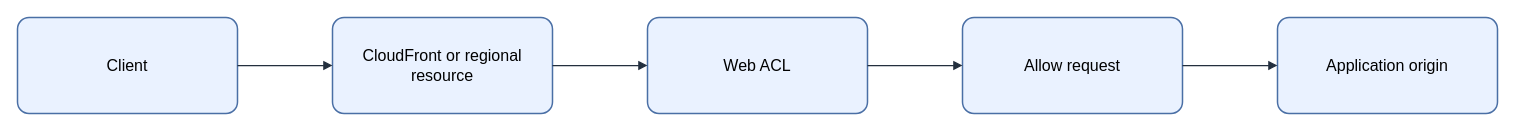
Above: assets/img/aws/aws-waf-request-flow.drawio in KKamJi98/kkamji98.github.io (draw.io), before the change. Source tidied: cells renumbered, new cells numbered last; positions are measured from the earlier drawing's top-left corner, leaving out a move shared by most shapes. Both pictures are drawn from the tidied source at 100%, with x=0, y=0 at pixel (17, 17).
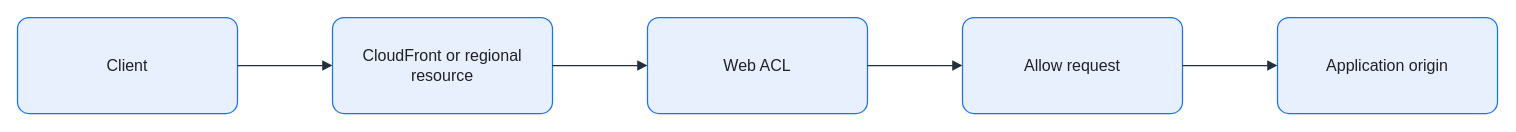
The same page after the edit.

The edit, as a diff of the source:
```diff
@@
 <mxGraphModel background="#FFFFFF">
   <root>
     <mxCell id="0" />
     <mxCell id="1" parent="0" />
-    <mxCell id="2" value="Client" style="rounded=1;arcSize=12;whiteSpace=wrap;html=0;fillColor=#EAF2FF;strokeColor=#4A6FA5;strokeWidth=1.5;fontColor=#000000;fontSize=16;align=center;verticalAlign=middle;spacing=8;shadow=0;" parent="1" vertex="1">
+    <mxCell id="2" value="Client" style="rounded=1;arcSize=12;whiteSpace=wrap;html=0;fillColor=#E8F0FE;strokeColor=#1A73E8;strokeWidth=1.25;fontColor=#202124;fontSize=16;align=center;verticalAlign=middle;spacing=8;shadow=0;" parent="1" vertex="1">
       <mxGeometry width="220" height="96" as="geometry" />
     </mxCell>
-    <mxCell id="3" value="CloudFront or regional resource" style="rounded=1;arcSize=12;whiteSpace=wrap;html=0;fillColor=#EAF2FF;strokeColor=#4A6FA5;strokeWidth=1.5;fontColor=#000000;fontSize=16;align=center;verticalAlign=middle;spacing=8;shadow=0;" parent="1" vertex="1">
+    <mxCell id="3" value="CloudFront or regional resource" style="rounded=1;arcSize=12;whiteSpace=wrap;html=0;fillColor=#E8F0FE;strokeColor=#1A73E8;strokeWidth=1.25;fontColor=#202124;fontSize=16;align=center;verticalAlign=middle;spacing=8;shadow=0;" parent="1" vertex="1">
       <mxGeometry x="315" width="220" height="96" as="geometry" />
     </mxCell>
-    <mxCell id="4" value="Web ACL" style="rounded=1;arcSize=12;whiteSpace=wrap;html=0;fillColor=#EAF2FF;strokeColor=#4A6FA5;strokeWidth=1.5;fontColor=#000000;fontSize=16;align=center;verticalAlign=middle;spacing=8;shadow=0;" parent="1" vertex="1">
+    <mxCell id="4" value="Web ACL" style="rounded=1;arcSize=12;whiteSpace=wrap;html=0;fillColor=#E8F0FE;strokeColor=#1A73E8;strokeWidth=1.25;fontColor=#202124;fontSize=16;align=center;verticalAlign=middle;spacing=8;shadow=0;" parent="1" vertex="1">
       <mxGeometry x="630" width="220" height="96" as="geometry" />
     </mxCell>
-    <mxCell id="5" value="Allow request" style="rounded=1;arcSize=12;whiteSpace=wrap;html=0;fillColor=#EAF2FF;strokeColor=#4A6FA5;strokeWidth=1.5;fontColor=#000000;fontSize=16;align=center;verticalAlign=middle;spacing=8;shadow=0;" parent="1" vertex="1">
+    <mxCell id="5" value="Allow request" style="rounded=1;arcSize=12;whiteSpace=wrap;html=0;fillColor=#E8F0FE;strokeColor=#1A73E8;strokeWidth=1.25;fontColor=#202124;fontSize=16;align=center;verticalAlign=middle;spacing=8;shadow=0;" parent="1" vertex="1">
       <mxGeometry x="945" width="220" height="96" as="geometry" />
     </mxCell>
-    <mxCell id="6" value="Application origin" style="rounded=1;arcSize=12;whiteSpace=wrap;html=0;fillColor=#EAF2FF;strokeColor=#4A6FA5;strokeWidth=1.5;fontColor=#000000;fontSize=16;align=center;verticalAlign=middle;spacing=8;shadow=0;" parent="1" vertex="1">
+    <mxCell id="6" value="Application origin" style="rounded=1;arcSize=12;whiteSpace=wrap;html=0;fillColor=#E8F0FE;strokeColor=#1A73E8;strokeWidth=1.25;fontColor=#202124;fontSize=16;align=center;verticalAlign=middle;spacing=8;shadow=0;" parent="1" vertex="1">
       <mxGeometry x="1260" width="220" height="96" as="geometry" />
     </mxCell>
-    <mxCell id="7" style="edgeStyle=orthogonalEdgeStyle;rounded=0;jettySize=auto;html=0;endArrow=block;endFill=1;strokeColor=#232F3E;strokeWidth=1.25;fontColor=#000000;labelBackgroundColor=none;exitX=1;exitY=0.5;exitDx=0;exitDy=0;entryX=0;entryY=0.5;entryDx=0;entryDy=0;" parent="1" edge="1" source="2" target="3">
+    <mxCell id="7" style="edgeStyle=orthogonalEdgeStyle;rounded=0;jettySize=auto;html=0;endArrow=block;endFill=1;strokeColor=#232F3E;strokeWidth=1.25;fontColor=#202124;labelBackgroundColor=none;exitX=1;exitY=0.5;exitDx=0;exitDy=0;entryX=0;entryY=0.5;entryDx=0;entryDy=0;endSize=7;" parent="1" edge="1" source="2" target="3">
       <mxGeometry relative="1" as="geometry" />
     </mxCell>
-    <mxCell id="8" style="edgeStyle=orthogonalEdgeStyle;rounded=0;jettySize=auto;html=0;endArrow=block;endFill=1;strokeColor=#232F3E;strokeWidth=1.25;fontColor=#000000;labelBackgroundColor=none;exitX=1;exitY=0.5;exitDx=0;exitDy=0;entryX=0;entryY=0.5;entryDx=0;entryDy=0;" parent="1" edge="1" source="3" target="4">
+    <mxCell id="8" style="edgeStyle=orthogonalEdgeStyle;rounded=0;jettySize=auto;html=0;endArrow=block;endFill=1;strokeColor=#232F3E;strokeWidth=1.25;fontColor=#202124;labelBackgroundColor=none;exitX=1;exitY=0.5;exitDx=0;exitDy=0;entryX=0;entryY=0.5;entryDx=0;entryDy=0;endSize=7;" parent="1" edge="1" source="3" target="4">
       <mxGeometry relative="1" as="geometry" />
     </mxCell>
-    <mxCell id="9" style="edgeStyle=orthogonalEdgeStyle;rounded=0;jettySize=auto;html=0;endArrow=block;endFill=1;strokeColor=#232F3E;strokeWidth=1.25;fontColor=#000000;labelBackgroundColor=none;exitX=1;exitY=0.5;exitDx=0;exitDy=0;entryX=0;entryY=0.5;entryDx=0;entryDy=0;" parent="1" edge="1" source="4" target="5">
+    <mxCell id="9" style="edgeStyle=orthogonalEdgeStyle;rounded=0;jettySize=auto;html=0;endArrow=block;endFill=1;strokeColor=#232F3E;strokeWidth=1.25;fontColor=#202124;labelBackgroundColor=none;exitX=1;exitY=0.5;exitDx=0;exitDy=0;entryX=0;entryY=0.5;entryDx=0;entryDy=0;endSize=7;" parent="1" edge="1" source="4" target="5">
       <mxGeometry relative="1" as="geometry" />
     </mxCell>
-    <mxCell id="10" style="edgeStyle=orthogonalEdgeStyle;rounded=0;jettySize=auto;html=0;endArrow=block;endFill=1;strokeColor=#232F3E;strokeWidth=1.25;fontColor=#000000;labelBackgroundColor=none;exitX=1;exitY=0.5;exitDx=0;exitDy=0;entryX=0;entryY=0.5;entryDx=0;entryDy=0;" parent="1" edge="1" source="5" target="6">
+    <mxCell id="10" style="edgeStyle=orthogonalEdgeStyle;rounded=0;jettySize=auto;html=0;endArrow=block;endFill=1;strokeColor=#232F3E;strokeWidth=1.25;fontColor=#202124;labelBackgroundColor=none;exitX=1;exitY=0.5;exitDx=0;exitDy=0;entryX=0;entryY=0.5;entryDx=0;entryDy=0;endSize=7;" parent="1" edge="1" source="5" target="6">
       <mxGeometry relative="1" as="geometry" />
     </mxCell>
   </root>
 </mxGraphModel>
```
